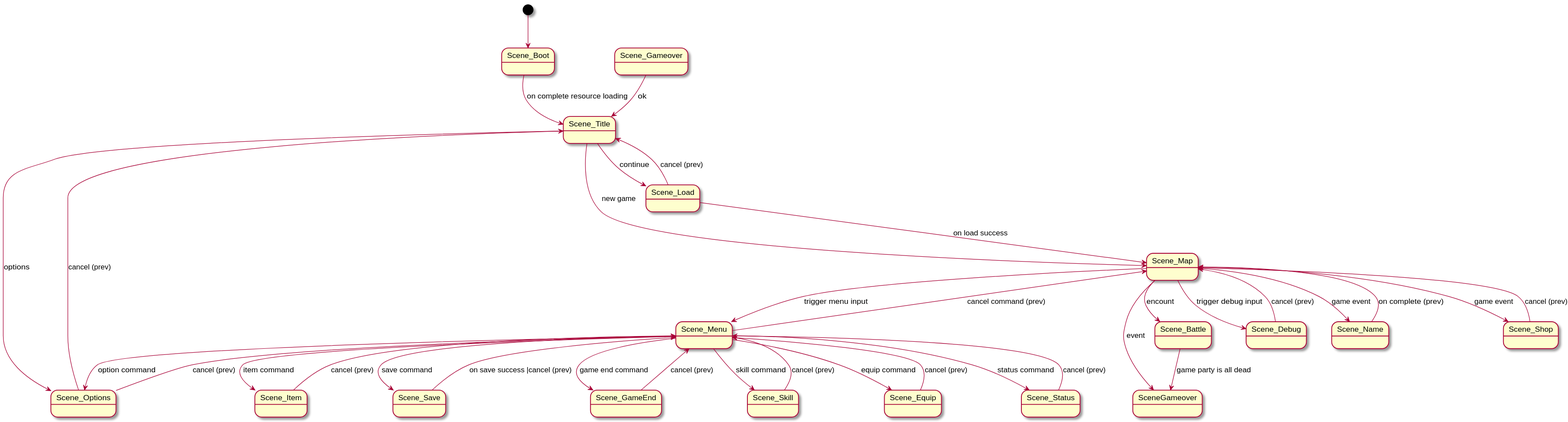
Before: scene/images/scene_transition_diagram.svg, a diagram exported from PlantUML (jamesdean070/rmmv_runtime_reading). Its source is kept beside it as scene/scene_transition_diagram.puml. Source of this version:
```plantuml
@startuml
[*] --> Scene_Boot

Scene_Boot --> Scene_Title : on complete resource loading

Scene_Title --> Scene_Map : new game
Scene_Title --> Scene_Load : continue
Scene_Title --> Scene_Options : options

Scene_Load --> Scene_Title : cancel (prev)
Scene_Options --> Scene_Title : cancel (prev)

Scene_Load --> Scene_Map : on load success

Scene_Map --> Scene_Menu : trigger menu input
Scene_Map --> Scene_Battle : encount
Scene_Map --> Scene_Debug : trigger debug input
Scene_Map --> Scene_Name : game event
Scene_Map --> Scene_Shop : game event

Scene_Name --> Scene_Map : on complete  (prev)
Scene_Debug --> Scene_Map : cancel (prev)
Scene_Shop --> Scene_Map : cancel (prev)

Scene_Menu --> Scene_Item :  item command
Scene_Menu --> Scene_Options :  option command
Scene_Menu --> Scene_Save :  save command
Scene_Menu --> Scene_GameEnd :  game end command
Scene_Menu --> Scene_Skill :  skill command
Scene_Menu --> Scene_Equip :  equip command
Scene_Menu --> Scene_Status :  status command
Scene_Menu --> Scene_Map :  cancel command (prev)

Scene_Item --> Scene_Menu :  cancel (prev)
Scene_Options --> Scene_Menu :  cancel (prev)
Scene_Save --> Scene_Menu :  on save success |cancel (prev)
Scene_GameEnd --> Scene_Menu :  cancel (prev)
Scene_Skill --> Scene_Menu :  cancel (prev)
Scene_Equip --> Scene_Menu :  cancel (prev)
Scene_Status --> Scene_Menu : cancel (prev)

Scene_Gameover --> Scene_Title : ok
Scene_Battle --> SceneGameover : game party is all dead
Scene_Map --> SceneGameover : event
@enduml
```
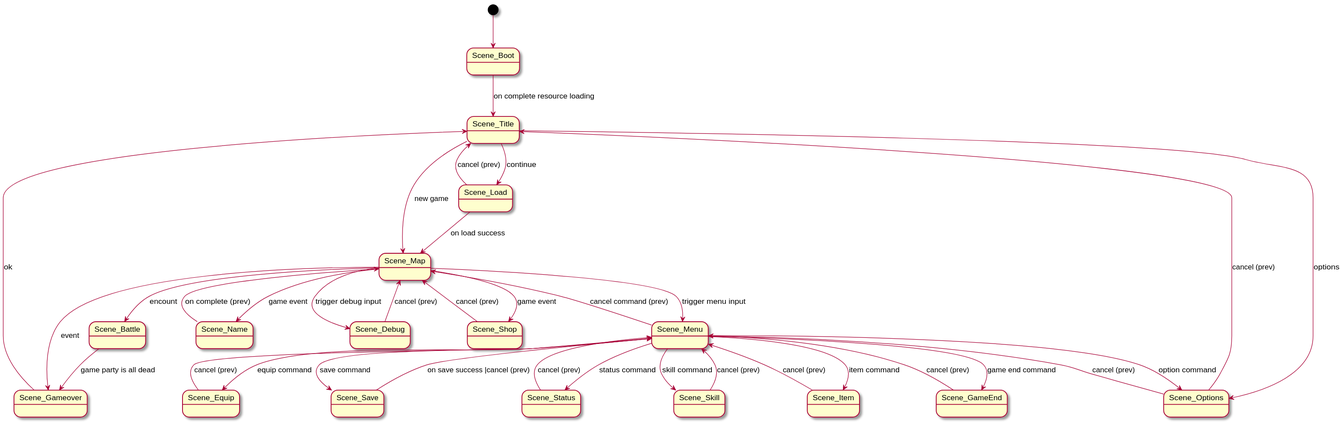
Later version of the same file.

Commit message:
fix scene_transition image

What changed in the source:
```diff
@@ -40,6 +40,6 @@
 Scene_Status --> Scene_Menu : cancel (prev)
 
 Scene_Gameover --> Scene_Title : ok
-Scene_Battle --> SceneGameover : game party is all dead
-Scene_Map --> SceneGameover : event
+Scene_Battle --> Scene_Gameover : game party is all dead
+Scene_Map --> Scene_Gameover : event
 @enduml
```
